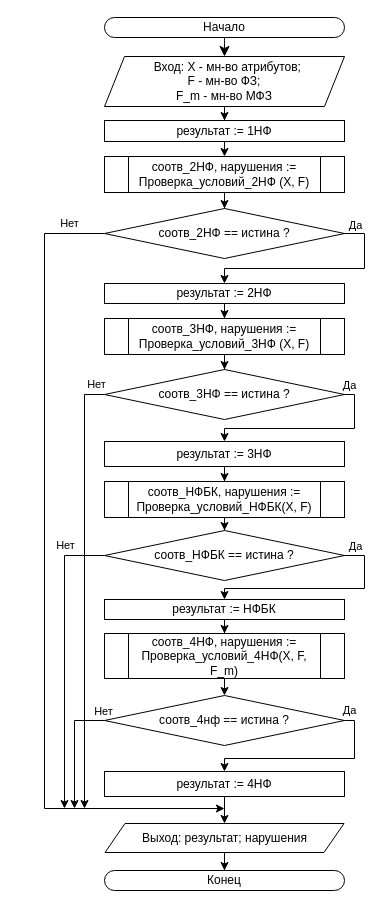
Earlier version of the draw.io diagram Общ_анализ1.drawio (sampletext117/auto_normalization). Source tidied: cells renumbered, new cells numbered last; positions are measured from the earlier drawing's top-left corner, leaving out a move shared by most shapes. Both pictures are drawn from the tidied source at 100%, with x=0, y=0 at pixel (44, 17).
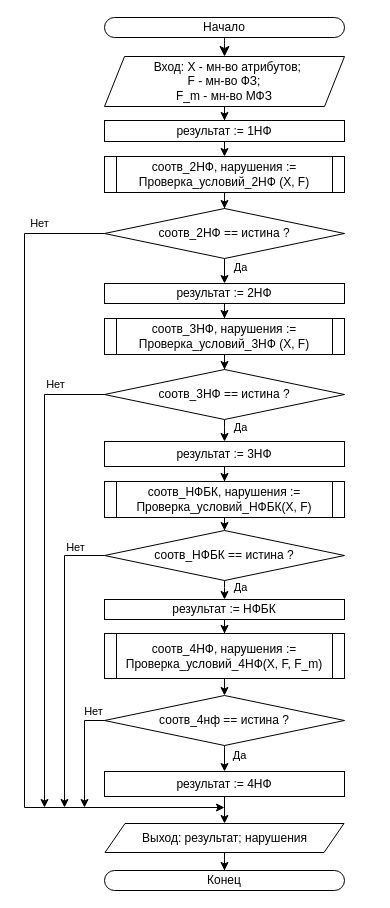
After the change.

Unchanged cells that the change refers to:
```xml
<mxCell id="14" value="соотв_4нф == истина ?" style="rhombus;whiteSpace=wrap;html=1;" parent="1" vertex="1">
  <mxGeometry x="60" y="678" width="240" height="50" as="geometry" />
</mxCell>
<mxCell id="20" value="результат := 4НФ" style="rounded=0;whiteSpace=wrap;html=1;" parent="1" vertex="1">
  <mxGeometry x="60" y="754" width="240" height="25" as="geometry" />
</mxCell>
<mxCell id="22" value="результат := НФБК" style="rounded=0;whiteSpace=wrap;html=1;" parent="1" vertex="1">
  <mxGeometry x="60" y="582" width="240" height="20" as="geometry" />
</mxCell>
<mxCell id="24" value="результат := 3НФ" style="rounded=0;whiteSpace=wrap;html=1;" parent="1" vertex="1">
  <mxGeometry x="60" y="424" width="240" height="25" as="geometry" />
</mxCell>
<mxCell id="26" value="результат := 2НФ" style="rounded=0;whiteSpace=wrap;html=1;" parent="1" vertex="1">
  <mxGeometry x="60" y="266" width="240" height="20" as="geometry" />
</mxCell>
<mxCell id="33" value="соотв_2НФ == истина ?" style="rhombus;whiteSpace=wrap;html=1;" parent="1" vertex="1">
  <mxGeometry x="60" y="191" width="240" height="50" as="geometry" />
</mxCell>
<mxCell id="38" value="соотв_3НФ == истина ?" style="rhombus;whiteSpace=wrap;html=1;" parent="1" vertex="1">
  <mxGeometry x="60" y="352" width="240" height="50" as="geometry" />
</mxCell>
<mxCell id="39" value="соотв_НФБК == истина ?" style="rhombus;whiteSpace=wrap;html=1;" parent="1" vertex="1">
  <mxGeometry x="60" y="513" width="240" height="50" as="geometry" />
</mxCell>
```

Change to the diagram source:
```diff
@@
     <mxCell id="5" style="edgeStyle=orthogonalEdgeStyle;rounded=0;jettySize=auto;html=1;" parent="1" edge="1" source="33">
       <mxGeometry relative="1" as="geometry">
-        <mxPoint x="180" y="791" as="targetPoint" />
+        <mxPoint x="180" y="790" as="targetPoint" />
         <Array as="points">
-          <mxPoint y="216" />
-          <mxPoint y="791" />
+          <mxPoint x="-20" y="216" />
+          <mxPoint x="-20" y="790" />
+          <mxPoint x="180" y="790" />
         </Array>
       </mxGeometry>
     </mxCell>
-    <mxCell id="6" style="edgeStyle=orthogonalEdgeStyle;rounded=0;jettySize=auto;html=1;entryX=0.5;entryY=0;entryDx=0;entryDy=0;exitX=1;exitY=0.5;exitDx=0;exitDy=0;" parent="1" edge="1" source="33" target="26">
+    <mxCell id="6" style="edgeStyle=orthogonalEdgeStyle;rounded=0;jettySize=auto;html=1;entryX=0.5;entryY=0;entryDx=0;entryDy=0;exitX=0.5;exitY=1;exitDx=0;exitDy=0;" parent="1" edge="1" source="33" target="26">
       <mxGeometry relative="1" as="geometry">
         <Array as="points">
-          <mxPoint x="320" y="216" />
-          <mxPoint x="320" y="251" />
-          <mxPoint x="180" y="251" />
+          <mxPoint x="180" y="241" />
+          <mxPoint x="180" y="241" />
         </Array>
       </mxGeometry>
     </mxCell>
-    <mxCell id="7" style="edgeStyle=orthogonalEdgeStyle;rounded=0;jettySize=auto;html=1;entryX=0.5;entryY=0;entryDx=0;entryDy=0;exitX=1;exitY=0.5;exitDx=0;exitDy=0;" parent="1" edge="1" source="38" target="24">
+    <mxCell id="7" style="edgeStyle=orthogonalEdgeStyle;rounded=0;jettySize=auto;html=1;entryX=0.5;entryY=0;entryDx=0;entryDy=0;exitX=0.5;exitY=1;exitDx=0;exitDy=0;" parent="1" edge="1" source="38" target="24">
       <mxGeometry relative="1" as="geometry">
         <Array as="points">
-          <mxPoint x="310" y="377" />
-          <mxPoint x="310" y="411" />
-          <mxPoint x="180" y="411" />
+          <mxPoint x="180" y="410" />
+          <mxPoint x="180" y="410" />
         </Array>
       </mxGeometry>
     </mxCell>
     <mxCell id="8" style="edgeStyle=orthogonalEdgeStyle;rounded=0;jettySize=auto;html=1;" parent="1" edge="1" source="38">
       <mxGeometry relative="1" as="geometry">
-        <mxPoint x="40" y="791" as="targetPoint" />
+        <mxPoint y="790" as="targetPoint" />
+        <Array as="points">
+          <mxPoint y="377" />
+          <mxPoint y="790" />
+        </Array>
       </mxGeometry>
     </mxCell>
-    <mxCell id="9" style="edgeStyle=orthogonalEdgeStyle;rounded=0;jettySize=auto;html=1;entryX=0.5;entryY=0;entryDx=0;entryDy=0;exitX=1;exitY=0.5;exitDx=0;exitDy=0;" parent="1" edge="1" source="39" target="22">
+    <mxCell id="9" style="edgeStyle=orthogonalEdgeStyle;rounded=0;jettySize=auto;html=1;entryX=0.5;entryY=0;entryDx=0;entryDy=0;exitX=0.5;exitY=1;exitDx=0;exitDy=0;" parent="1" edge="1" source="39" target="22">
       <mxGeometry relative="1" as="geometry">
         <Array as="points">
-          <mxPoint x="320" y="538" />
-          <mxPoint x="320" y="571" />
-          <mxPoint x="180" y="571" />
+          <mxPoint x="180" y="570" />
+          <mxPoint x="180" y="570" />
         </Array>
       </mxGeometry>
     </mxCell>
     <mxCell id="10" style="edgeStyle=orthogonalEdgeStyle;rounded=0;jettySize=auto;html=1;exitX=0;exitY=0.5;exitDx=0;exitDy=0;" parent="1" edge="1" source="39">
       <mxGeometry relative="1" as="geometry">
-        <mxPoint x="20" y="791" as="targetPoint" />
+        <mxPoint x="20" y="790" as="targetPoint" />
         <Array as="points">
           <mxPoint x="20" y="538" />
-          <mxPoint x="20" y="791" />
         </Array>
       </mxGeometry>
     </mxCell>
@@
-    <mxCell id="12" style="edgeStyle=orthogonalEdgeStyle;rounded=0;jettySize=auto;html=1;entryX=0.5;entryY=0;entryDx=0;entryDy=0;exitX=1;exitY=0.5;exitDx=0;exitDy=0;" parent="1" edge="1" source="14" target="20">
+    <mxCell id="12" style="edgeStyle=orthogonalEdgeStyle;rounded=0;jettySize=auto;html=1;entryX=0.5;entryY=0;entryDx=0;entryDy=0;exitX=0.5;exitY=1;exitDx=0;exitDy=0;" parent="1" edge="1" source="14" target="20">
       <mxGeometry relative="1" as="geometry">
         <Array as="points">
-          <mxPoint x="310" y="703" />
-          <mxPoint x="310" y="741" />
-          <mxPoint x="180" y="741" />
+          <mxPoint x="180" y="730" />
+          <mxPoint x="180" y="730" />
         </Array>
       </mxGeometry>
     </mxCell>
     <mxCell id="13" style="edgeStyle=orthogonalEdgeStyle;rounded=0;jettySize=auto;html=1;exitX=0;exitY=0.5;exitDx=0;exitDy=0;" parent="1" edge="1" source="14">
       <mxGeometry relative="1" as="geometry">
-        <mxPoint x="30" y="791" as="targetPoint" />
+        <mxPoint x="40" y="790" as="targetPoint" />
         <Array as="points">
-          <mxPoint x="30" y="703" />
+          <mxPoint x="40" y="703" />
         </Array>
       </mxGeometry>
     </mxCell>
@@
     <mxCell id="27" value="Нет" style="edgeLabel;html=1;align=center;verticalAlign=middle;" parent="1" vertex="1">
-      <mxGeometry x="20" y="204" as="geometry">
+      <mxGeometry x="-10" y="204" as="geometry">
         <mxPoint x="4" y="1" as="offset" />
       </mxGeometry>
     </mxCell>
     <mxCell id="28" value="Нет" style="edgeLabel;html=1;align=center;verticalAlign=middle;" parent="1" vertex="1">
-      <mxGeometry x="61" y="364" as="geometry">
+      <mxGeometry x="20" y="364" as="geometry">
         <mxPoint x="-10" y="2" as="offset" />
       </mxGeometry>
     </mxCell>
     <mxCell id="29" value="Нет" style="edgeLabel;html=1;align=center;verticalAlign=middle;" parent="1" vertex="1">
-      <mxGeometry x="30" y="525" as="geometry">
+      <mxGeometry x="40" y="527" as="geometry">
         <mxPoint x="-10" y="2" as="offset" />
       </mxGeometry>
     </mxCell>
     <mxCell id="30" value="Нет" style="edgeLabel;html=1;align=center;verticalAlign=middle;" parent="1" vertex="1">
-      <mxGeometry x="68" y="691" as="geometry">
+      <mxGeometry x="58" y="691" as="geometry">
         <mxPoint x="-10" y="2" as="offset" />
       </mxGeometry>
     </mxCell>
@@
-    <mxCell id="32" value="соотв_2НФ, нарушения := Проверка_условий_2НФ (X, F)" style="shape=process;whiteSpace=wrap;html=1;backgroundOutline=1;" parent="1" vertex="1">
+    <mxCell id="32" value="соотв_2НФ, нарушения := Проверка_условий_2НФ (X, F)" style="shape=process;whiteSpace=wrap;html=1;backgroundOutline=1;size=0.05;" parent="1" vertex="1">
       <mxGeometry x="60" y="139" width="240" height="36" as="geometry" />
     </mxCell>
@@
-    <mxCell id="35" value="соотв_3НФ, нарушения := Проверка_условий_3НФ (X, F)" style="shape=process;whiteSpace=wrap;html=1;backgroundOutline=1;" parent="1" vertex="1">
+    <mxCell id="35" value="соотв_3НФ, нарушения := Проверка_условий_3НФ (X, F)" style="shape=process;whiteSpace=wrap;html=1;backgroundOutline=1;size=0.05;" parent="1" vertex="1">
       <mxGeometry x="60" y="301" width="240" height="36" as="geometry" />
     </mxCell>
@@
-    <mxCell id="37" value="соотв_НФБК, нарушения := Проверка_условий_НФБК(X, F)" style="shape=process;whiteSpace=wrap;html=1;backgroundOutline=1;" parent="1" vertex="1">
+    <mxCell id="37" value="соотв_НФБК, нарушения := Проверка_условий_НФБК(X, F)" style="shape=process;whiteSpace=wrap;html=1;backgroundOutline=1;size=0.05;" parent="1" vertex="1">
       <mxGeometry x="60" y="464" width="240" height="36" as="geometry" />
     </mxCell>
@@
-    <mxCell id="40" value="соотв_4НФ, нарушения := Проверка_условий_4НФ(X, F, F_m)" style="shape=process;whiteSpace=wrap;html=1;backgroundOutline=1;" parent="1" vertex="1">
+    <mxCell id="40" value="соотв_4НФ, нарушения := Проверка_условий_4НФ(X, F, F_m)" style="shape=process;whiteSpace=wrap;html=1;backgroundOutline=1;size=0.05;" parent="1" vertex="1">
       <mxGeometry x="60" y="616" width="240" height="45" as="geometry" />
     </mxCell>
     <mxCell id="41" value="Да" style="edgeLabel;html=1;align=center;verticalAlign=middle;" parent="1" vertex="1">
-      <mxGeometry x="307.8" y="214" as="geometry">
+      <mxGeometry x="192" y="256" as="geometry">
         <mxPoint x="3" y="-7" as="offset" />
       </mxGeometry>
     </mxCell>
     <mxCell id="42" value="Да" style="edgeLabel;html=1;align=center;verticalAlign=middle;" parent="1" vertex="1">
-      <mxGeometry x="310" y="363" as="geometry">
+      <mxGeometry x="201" y="405" as="geometry">
         <mxPoint x="-6" y="4" as="offset" />
       </mxGeometry>
     </mxCell>
     <mxCell id="43" value="Да" style="edgeLabel;html=1;align=center;verticalAlign=middle;" parent="1" vertex="1">
-      <mxGeometry x="304.8" y="540" as="geometry">
+      <mxGeometry x="189" y="581" as="geometry">
         <mxPoint x="6" y="-12" as="offset" />
       </mxGeometry>
     </mxCell>
     <mxCell id="44" value="Да" style="edgeLabel;html=1;align=center;verticalAlign=middle;" parent="1" vertex="1">
-      <mxGeometry x="302" y="703" as="geometry">
+      <mxGeometry x="192" y="748" as="geometry">
         <mxPoint x="2" y="-11" as="offset" />
       </mxGeometry>
     </mxCell>
```
